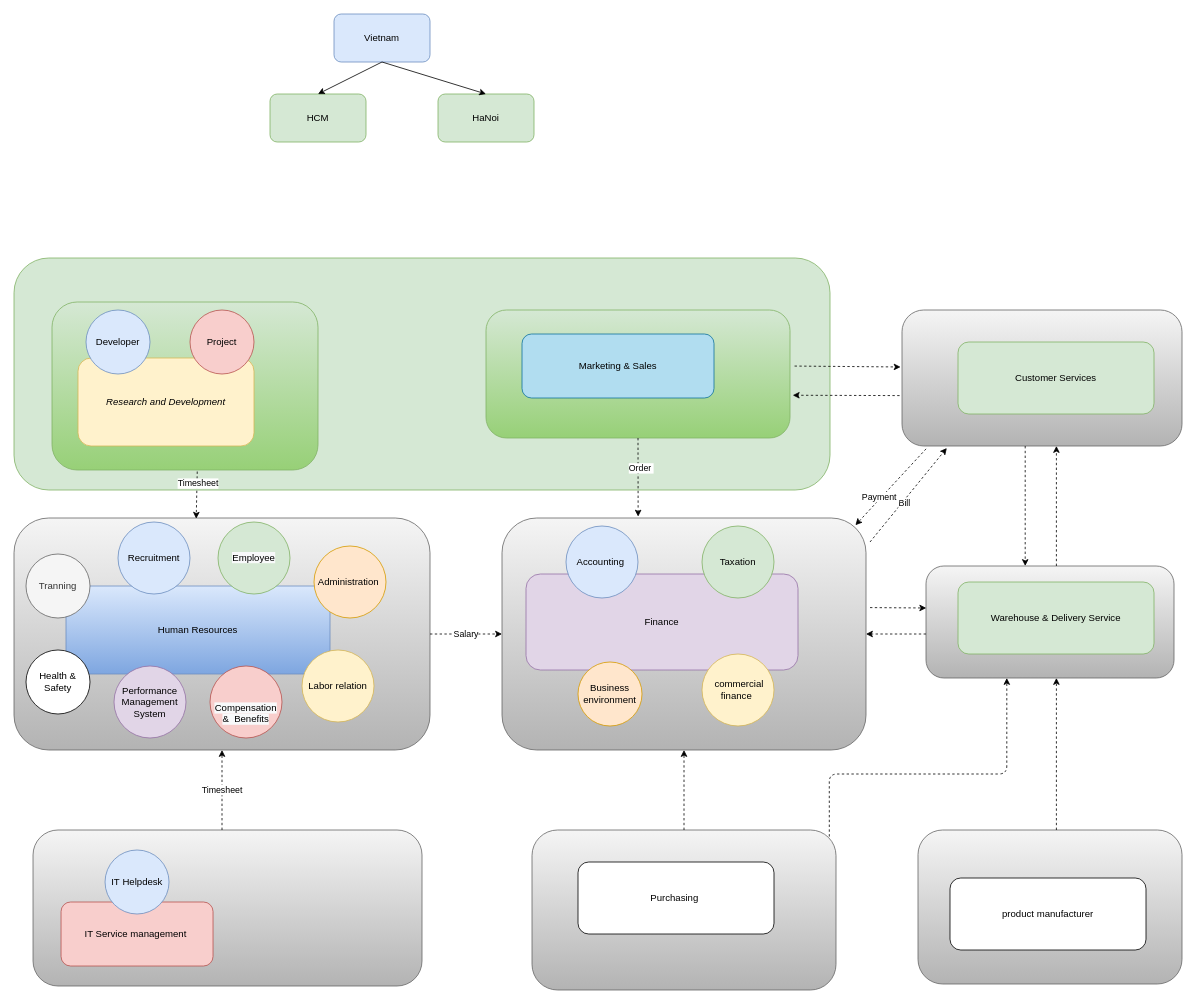
Before: page "Org_Chart" (1 of 2) of 04_docs/Department_Organizational_chart.drawio in letrthong/business, a draw.io diagram. Source tidied: cells renumbered, new cells numbered last; positions are measured from the earlier drawing's top-left corner, leaving out a move shared by most shapes. Both pictures are drawn from the tidied source at 80%, with x=0, y=0 at pixel (14, 14).
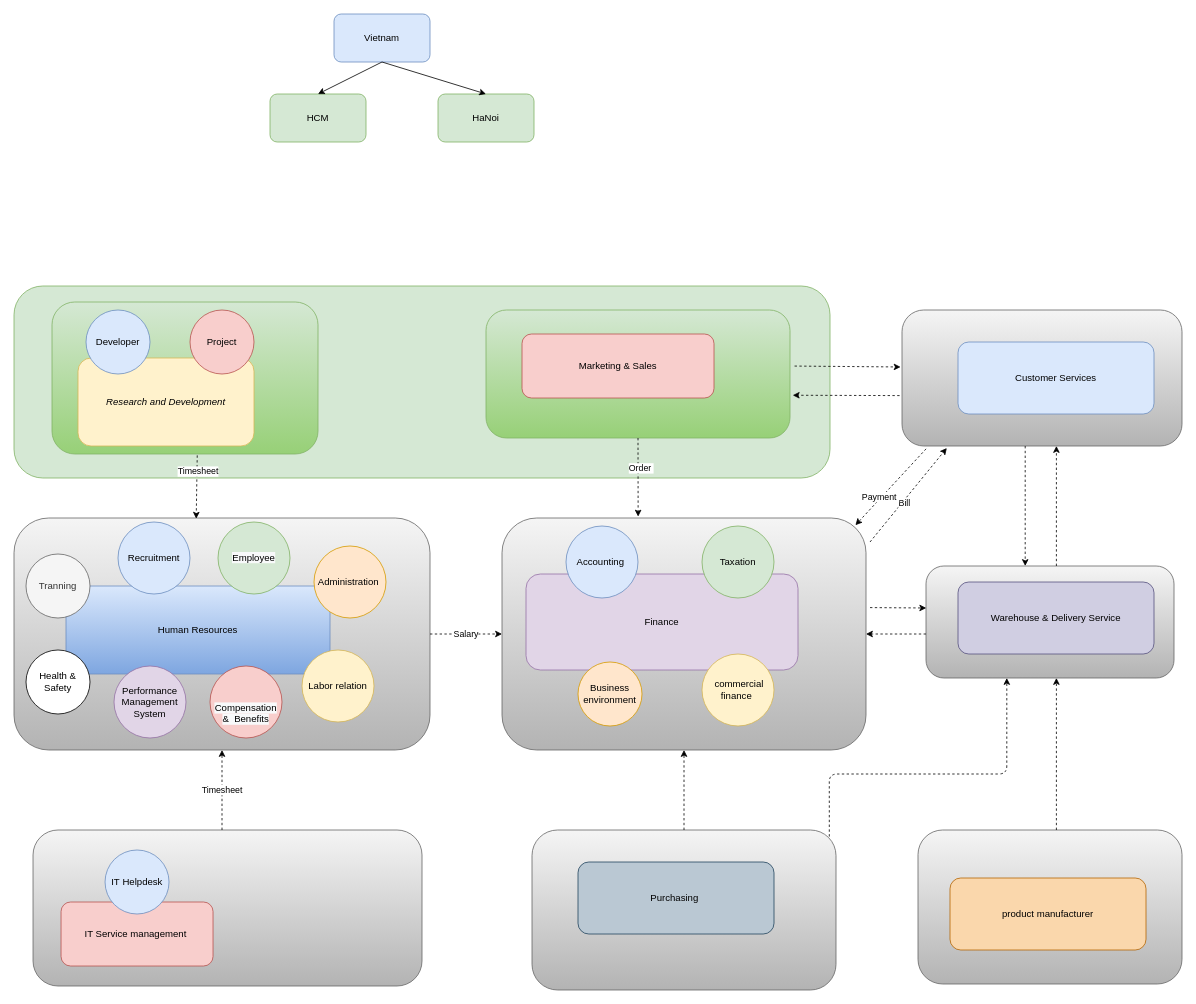
The same page after the edit.

The edit, as a diff of the source:
```diff
@@
     <mxCell id="2" style="rounded=1;whiteSpace=wrap;html=1;fillColor=#d5e8d4;strokeColor=#82b366;" parent="1" vertex="1">
-      <mxGeometry y="305" width="1020" height="290" as="geometry" />
+      <mxGeometry y="340" width="1020" height="240" as="geometry" />
     </mxCell>
@@
     <mxCell id="9" style="rounded=1;whiteSpace=wrap;html=1;gradientColor=#97d077;fillColor=#d5e8d4;strokeColor=#82b366;" parent="1" vertex="1">
-      <mxGeometry x="47.5" y="360" width="332.5" height="210" as="geometry" />
+      <mxGeometry x="47.5" y="360" width="332.5" height="190" as="geometry" />
     </mxCell>
@@
-    <mxCell id="21" value="Marketing &amp;amp; Sales" style="rounded=1;whiteSpace=wrap;html=1;fillColor=#b1ddf0;strokeColor=#10739e;" parent="1" vertex="1">
+    <mxCell id="21" value="Marketing &amp;amp; Sales" style="rounded=1;whiteSpace=wrap;html=1;fillColor=#f8cecc;strokeColor=#b85450;" parent="1" vertex="1">
       <mxGeometry x="635" y="400" width="240" height="80" as="geometry" />
     </mxCell>
@@
-    <mxCell id="36" value="Purchasing&amp;nbsp;" style="rounded=1;whiteSpace=wrap;html=1;" parent="1" vertex="1">
+    <mxCell id="36" value="Purchasing&amp;nbsp;" style="rounded=1;whiteSpace=wrap;html=1;fillColor=#bac8d3;strokeColor=#23445d;" parent="1" vertex="1">
       <mxGeometry x="705" y="1060" width="245" height="90" as="geometry" />
     </mxCell>
-    <mxCell id="37" value="Warehouse &amp;amp; Delivery Service" style="rounded=1;whiteSpace=wrap;html=1;fillColor=#d5e8d4;strokeColor=#82b366;" parent="1" vertex="1">
+    <mxCell id="37" value="Warehouse &amp;amp; Delivery Service" style="rounded=1;whiteSpace=wrap;html=1;fillColor=#d0cee2;strokeColor=#56517e;" parent="1" vertex="1">
       <mxGeometry x="1180" y="710" width="245" height="90" as="geometry" />
     </mxCell>
-    <mxCell id="38" value="Customer Services" style="rounded=1;whiteSpace=wrap;html=1;fillColor=#d5e8d4;strokeColor=#82b366;" parent="1" vertex="1">
+    <mxCell id="38" value="Customer Services" style="rounded=1;whiteSpace=wrap;html=1;fillColor=#dae8fc;strokeColor=#6c8ebf;" parent="1" vertex="1">
       <mxGeometry x="1180" y="410" width="245" height="90" as="geometry" />
     </mxCell>
@@
-    <mxCell id="40" value="product manufacturer" style="rounded=1;whiteSpace=wrap;html=1;" parent="1" vertex="1">
+    <mxCell id="40" value="product manufacturer" style="rounded=1;whiteSpace=wrap;html=1;fillColor=#fad7ac;strokeColor=#b46504;" parent="1" vertex="1">
       <mxGeometry x="1170" y="1080" width="245" height="90" as="geometry" />
     </mxCell>
```
